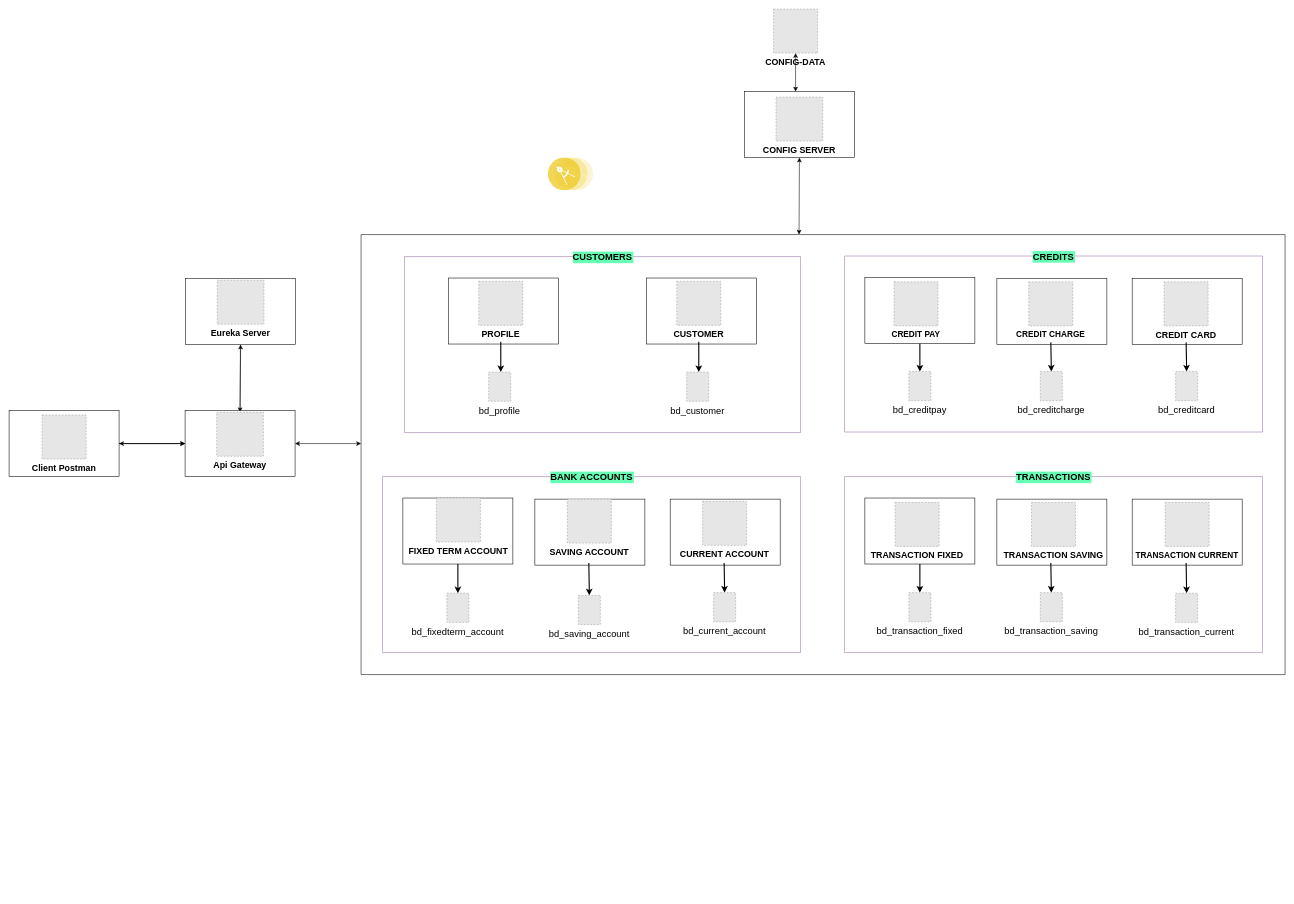
SanchezEmir/solution-diagram keeps this draw.io diagram as Diagrama de Solucion.drawio. Above is the earlier version. Source tidied: cells renumbered, new cells numbered last; positions are measured from the earlier drawing's top-left corner, leaving out a move shared by most shapes. Both pictures are drawn from the tidied source at 55%, with x=0, y=0 at pixel (9, 9). Pictures stored in the file or linked from it are replaced by grey dashed boxes.
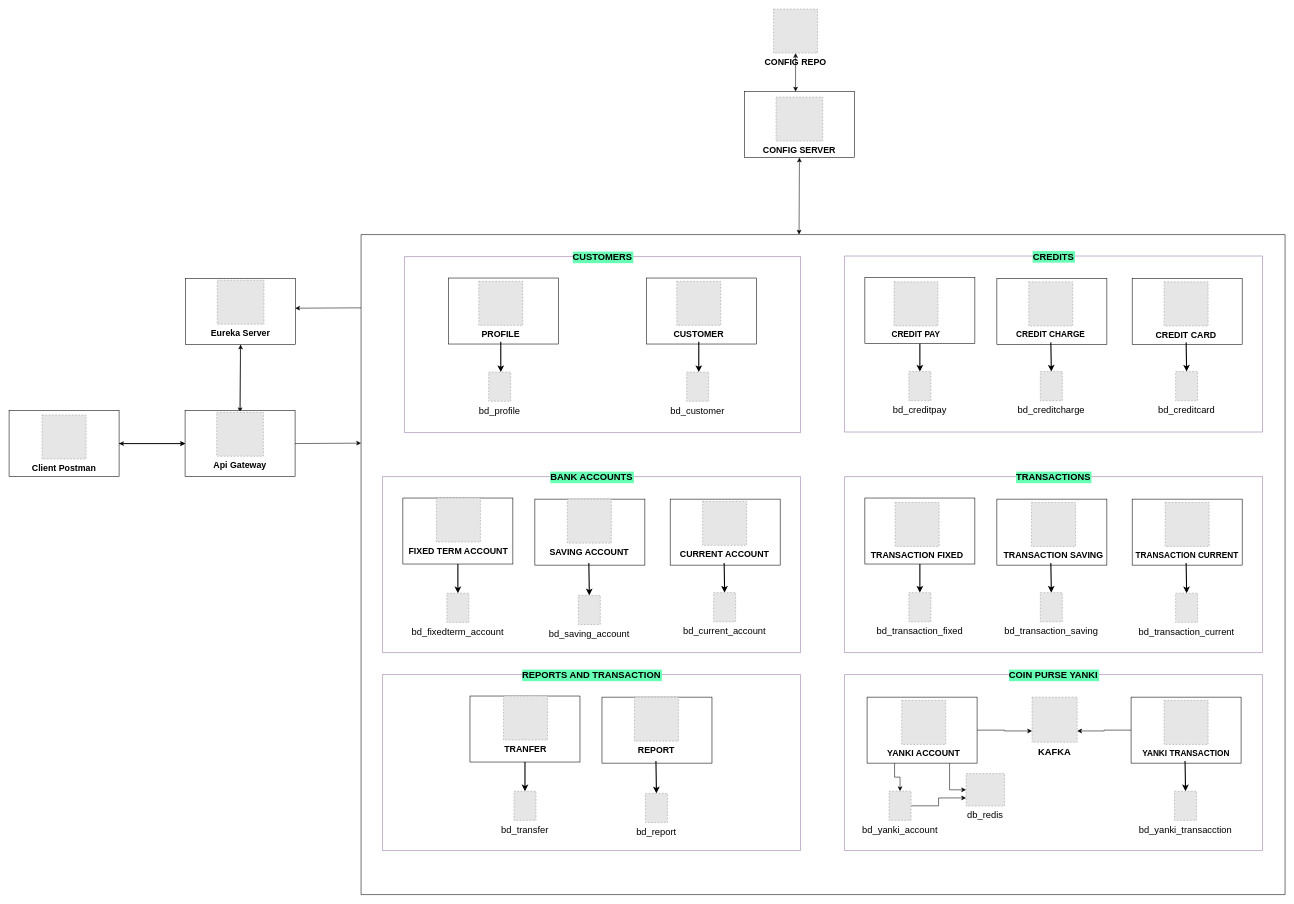
After the change.

The change refers to these unchanged cells:
```xml
<mxCell id="62" style="whiteSpace=wrap;html=1;" parent="1" vertex="1">
  <mxGeometry x="321" y="490" width="200" height="120" as="geometry" />
</mxCell>
<mxCell id="65" style="whiteSpace=wrap;html=1;" parent="1" vertex="1">
  <mxGeometry x="320" y="730" width="200" height="120" as="geometry" />
</mxCell>
```

What changed in the source:
```diff
@@
-    <mxCell id="2" value="CONFIG-DATA" style="fillColor=#E6E6E6;strokeColor=#999999;dashed=1;verticalLabelPosition=bottom;labelBackgroundColor=#ffffff;verticalAlign=top;fontSize=16;fontStyle=1;" parent="1" vertex="1">
+    <mxCell id="2" value="CONFIG REPO&#10;" style="fillColor=#E6E6E6;strokeColor=#999999;dashed=1;verticalLabelPosition=bottom;labelBackgroundColor=#ffffff;verticalAlign=top;fontSize=16;fontStyle=1;" parent="1" vertex="1">
       <mxGeometry x="1390" width="80" height="80" as="geometry" />
     </mxCell>
@@
     <mxCell id="8" style="swimlane;startSize=0;rounded=0;shadow=0;labelBackgroundColor=#66FFB3;fontSize=17;fontColor=none;gradientColor=none;" parent="1" vertex="1">
-      <mxGeometry x="640" y="410" width="1680" height="800" as="geometry" />
+      <mxGeometry x="640" y="410" width="1680" height="1200" as="geometry" />
     </mxCell>
@@
+    <mxCell id="69" value="REPORTS AND TRANSACTION" style="swimlane;startSize=0;rounded=0;shadow=0;labelBackgroundColor=#66FFB3;fontSize=17;fillColor=#e1d5e7;strokeColor=#9673a6;" parent="8" vertex="1">
+      <mxGeometry x="39" y="800" width="760" height="320" as="geometry" />
+    </mxCell>
+    <mxCell id="70" style="edgeStyle=orthogonalEdgeStyle;rounded=0;jumpSize=9;jettySize=auto;html=1;fontSize=20;strokeWidth=2;" parent="69" edge="1" source="71" target="74">
+      <mxGeometry relative="1" as="geometry" />
+    </mxCell>
+    <mxCell id="71" style="whiteSpace=wrap;html=1;" parent="69" vertex="1">
+      <mxGeometry x="159" y="39" width="200" height="120" as="geometry" />
+    </mxCell>
+    <mxCell id="72" style="whiteSpace=wrap;html=1;" parent="69" vertex="1">
+      <mxGeometry x="399" y="41" width="200" height="120" as="geometry" />
+    </mxCell>
+    <mxCell id="73" style="edgeStyle=orthogonalEdgeStyle;rounded=0;jumpSize=9;jettySize=auto;html=1;fontSize=20;strokeWidth=2;" parent="69" edge="1" target="75">
+      <mxGeometry relative="1" as="geometry">
+        <mxPoint x="497.1" y="157" as="sourcePoint" />
+      </mxGeometry>
+    </mxCell>
+    <mxCell id="74" value="bd_transfer" style="fillColor=#E6E6E6;strokeColor=#999999;dashed=1;verticalLabelPosition=bottom;labelBackgroundColor=#ffffff;verticalAlign=top;fontSize=17;fontColor=none;" parent="69" vertex="1">
+      <mxGeometry x="239" y="212" width="40" height="53.1" as="geometry" />
+    </mxCell>
+    <mxCell id="75" value="bd_report" style="fillColor=#E6E6E6;strokeColor=#999999;dashed=1;verticalLabelPosition=bottom;labelBackgroundColor=#ffffff;verticalAlign=top;fontSize=17;fontColor=none;" parent="69" vertex="1">
+      <mxGeometry x="478" y="216" width="40" height="53.1" as="geometry" />
+    </mxCell>
+    <mxCell id="76" value="TRANFER" style="fillColor=#E6E6E6;strokeColor=#999999;dashed=1;verticalLabelPosition=bottom;labelBackgroundColor=default;verticalAlign=top;fontSize=16;fontStyle=1;" parent="69" vertex="1">
+      <mxGeometry x="220" y="39" width="80" height="80" as="geometry" />
+    </mxCell>
+    <mxCell id="77" value="REPORT" style="fillColor=#E6E6E6;strokeColor=#999999;dashed=1;verticalLabelPosition=bottom;labelBackgroundColor=default;verticalAlign=top;fontSize=16;fontStyle=1;" parent="69" vertex="1">
+      <mxGeometry x="458" y="41" width="80" height="80" as="geometry" />
+    </mxCell>
+    <mxCell id="78" value="COIN PURSE YANKI" style="swimlane;startSize=0;rounded=0;shadow=0;labelBackgroundColor=#66FFB3;fontSize=17;fillColor=#e1d5e7;strokeColor=#9673a6;" parent="8" vertex="1">
+      <mxGeometry x="879" y="800" width="760" height="320" as="geometry" />
+    </mxCell>
+    <mxCell id="79" style="edgeStyle=orthogonalEdgeStyle;rounded=0;jettySize=auto;html=1;exitX=0.25;exitY=1;exitDx=0;exitDy=0;entryX=0.5;entryY=0;entryDx=0;entryDy=0;" parent="78" edge="1" source="82" target="87">
+      <mxGeometry relative="1" as="geometry" />
+    </mxCell>
+    <mxCell id="80" style="edgeStyle=orthogonalEdgeStyle;rounded=0;jettySize=auto;html=1;exitX=0.75;exitY=1;exitDx=0;exitDy=0;entryX=0;entryY=0.5;entryDx=0;entryDy=0;" parent="78" edge="1" source="82" target="91">
+      <mxGeometry relative="1" as="geometry" />
+    </mxCell>
+    <mxCell id="81" style="edgeStyle=orthogonalEdgeStyle;rounded=0;jettySize=auto;html=1;exitX=1;exitY=0.5;exitDx=0;exitDy=0;entryX=0;entryY=0.75;entryDx=0;entryDy=0;fontSize=17;" parent="78" edge="1" source="82" target="92">
+      <mxGeometry relative="1" as="geometry" />
+    </mxCell>
+    <mxCell id="82" style="whiteSpace=wrap;html=1;" parent="78" vertex="1">
+      <mxGeometry x="41" y="41" width="200" height="120" as="geometry" />
+    </mxCell>
+    <mxCell id="83" style="edgeStyle=orthogonalEdgeStyle;rounded=0;jettySize=auto;html=1;exitX=0;exitY=0.5;exitDx=0;exitDy=0;entryX=1;entryY=0.75;entryDx=0;entryDy=0;fontSize=17;" parent="78" edge="1" source="84" target="92">
+      <mxGeometry relative="1" as="geometry" />
+    </mxCell>
+    <mxCell id="84" style="whiteSpace=wrap;html=1;" parent="78" vertex="1">
+      <mxGeometry x="521" y="41" width="200" height="120" as="geometry" />
+    </mxCell>
+    <mxCell id="85" style="edgeStyle=orthogonalEdgeStyle;rounded=0;jumpSize=9;jettySize=auto;html=1;fontSize=20;strokeWidth=2;" parent="78" edge="1" target="88">
+      <mxGeometry relative="1" as="geometry">
+        <mxPoint x="619.1" y="157" as="sourcePoint" />
+      </mxGeometry>
+    </mxCell>
+    <mxCell id="86" style="edgeStyle=orthogonalEdgeStyle;rounded=0;jettySize=auto;html=1;entryX=0;entryY=0.75;entryDx=0;entryDy=0;fontSize=17;" parent="78" edge="1" source="87" target="91">
+      <mxGeometry relative="1" as="geometry" />
+    </mxCell>
+    <mxCell id="87" value="bd_yanki_account" style="fillColor=#E6E6E6;strokeColor=#999999;dashed=1;verticalLabelPosition=bottom;labelBackgroundColor=#ffffff;verticalAlign=top;fontSize=17;fontColor=none;" parent="78" vertex="1">
+      <mxGeometry x="81" y="212" width="40" height="53.1" as="geometry" />
+    </mxCell>
+    <mxCell id="88" value="bd_yanki_transacction" style="fillColor=#E6E6E6;strokeColor=#999999;dashed=1;verticalLabelPosition=bottom;labelBackgroundColor=#ffffff;verticalAlign=top;fontSize=17;fontColor=none;" parent="78" vertex="1">
+      <mxGeometry x="600" y="212" width="40" height="53.1" as="geometry" />
+    </mxCell>
+    <mxCell id="89" value="YANKI ACCOUNT" style="fillColor=#E6E6E6;strokeColor=#999999;dashed=1;verticalLabelPosition=bottom;labelBackgroundColor=default;verticalAlign=top;fontSize=16;fontStyle=1;" parent="78" vertex="1">
+      <mxGeometry x="104" y="47" width="80" height="80" as="geometry" />
+    </mxCell>
+    <mxCell id="90" value="YANKI TRANSACTION" style="fillColor=#E6E6E6;strokeColor=#999999;dashed=1;verticalLabelPosition=bottom;labelBackgroundColor=default;verticalAlign=top;fontSize=15;fontStyle=1;" parent="78" vertex="1">
+      <mxGeometry x="581" y="47" width="80" height="80" as="geometry" />
+    </mxCell>
+    <mxCell id="91" value="db_redis" style="fillColor=#E6E6E6;strokeColor=#999999;dashed=1;verticalLabelPosition=bottom;labelBackgroundColor=#ffffff;verticalAlign=top;fontSize=17;fontStyle=0;" parent="78" vertex="1">
+      <mxGeometry x="221" y="180" width="70" height="59" as="geometry" />
+    </mxCell>
+    <mxCell id="92" value="KAFKA" style="fillColor=#E6E6E6;strokeColor=#999999;dashed=1;verticalLabelPosition=bottom;labelBackgroundColor=default;verticalAlign=top;fontSize=17;fontStyle=1;" parent="78" vertex="1">
+      <mxGeometry x="341" y="41" width="82" height="82" as="geometry" />
+    </mxCell>
@@
-    <mxCell id="67" style="endArrow=classic;startArrow=classic;html=1;rounded=0;fontSize=16;exitX=1;exitY=0.5;exitDx=0;exitDy=0;" parent="1" edge="1" source="65">
-      <mxGeometry relative="1" as="geometry">
-        <mxPoint x="640" y="790" as="targetPoint" />
-      </mxGeometry>
-    </mxCell>
-    <mxCell id="68" style="perimeter=ellipsePerimeter;html=1;align=center;shadow=0;dashed=0;fontColor=#4277BB;labelBackgroundColor=#ffffff;fontSize=12;spacingTop=3;image;image=img/lib/ibm/applications/microservice.svg;" parent="1" vertex="1">
-      <mxGeometry x="980" y="270" width="82.2" height="60" as="geometry" />
-    </mxCell>
+    <mxCell id="93" style="endArrow=classic;html=1;rounded=0;fontSize=17;exitX=0;exitY=0.111;exitDx=0;exitDy=0;exitPerimeter=0;entryX=0.996;entryY=0.449;entryDx=0;entryDy=0;entryPerimeter=0;" parent="1" edge="1" source="8" target="62">
+      <mxGeometry relative="1" as="geometry" />
+    </mxCell>
+    <mxCell id="94" style="endArrow=classic;html=1;rounded=0;fontSize=17;exitX=1;exitY=0.5;exitDx=0;exitDy=0;entryX=0;entryY=0.316;entryDx=0;entryDy=0;entryPerimeter=0;" parent="1" edge="1" source="65" target="8">
+      <mxGeometry relative="1" as="geometry" />
+    </mxCell>
```
